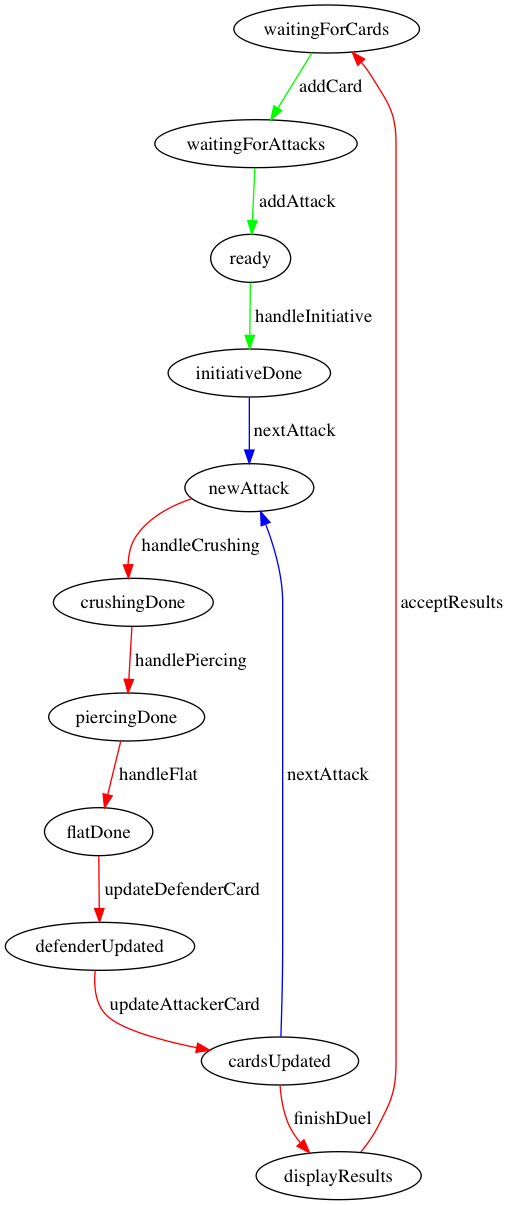
Earlier version of the Graphviz export StateMachineDiagrams/Duel.png (Bozo-Games/Squad-Duel-Server). Its source is kept beside it as StateMachineDiagrams/dotFiles/Duel.dot.
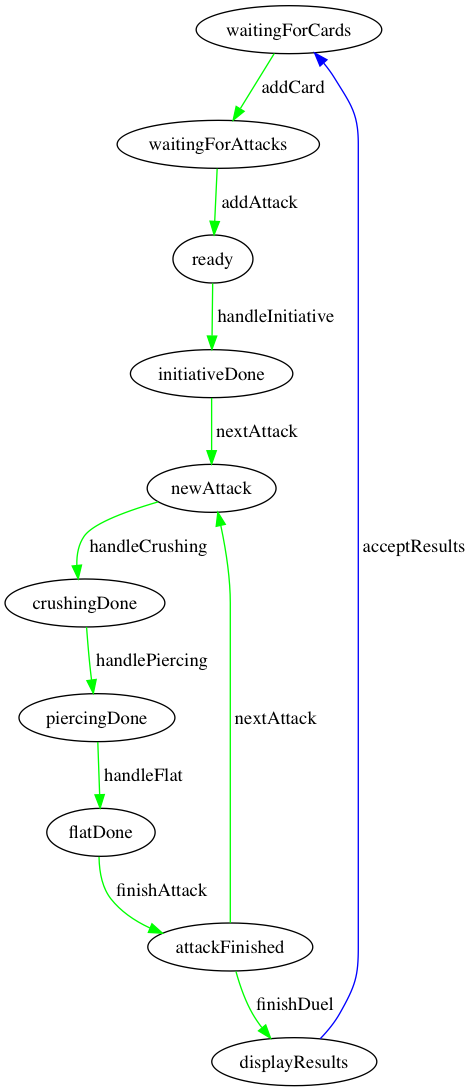
Later version of the same file.

The edit, as a diff of the source:
```diff
@@ -4,22 +4,20 @@
   "ready";
   "initiativeDone";
   "newAttack";
-  "cardsUpdated";
+  "attackFinished";
   "crushingDone";
   "piercingDone";
   "flatDone";
-  "defenderUpdated";
   "displayResults";
   "waitingForCards" -> "waitingForAttacks" [ color="green" ; label=" addCard " ];
   "waitingForAttacks" -> "ready" [ color="green" ; label=" addAttack " ];
   "ready" -> "initiativeDone" [ color="green" ; label=" handleInitiative " ];
-  "initiativeDone" -> "newAttack" [ color="blue" ; label=" nextAttack " ];
-  "cardsUpdated" -> "newAttack" [ color="blue" ; label=" nextAttack " ];
-  "newAttack" -> "crushingDone" [ color="red" ; label=" handleCrushing " ];
-  "crushingDone" -> "piercingDone" [ color="red" ; label=" handlePiercing " ];
-  "piercingDone" -> "flatDone" [ color="red" ; label=" handleFlat " ];
-  "flatDone" -> "defenderUpdated" [ color="red" ; label=" updateDefenderCard " ];
-  "defenderUpdated" -> "cardsUpdated" [ color="red" ; label=" updateAttackerCard " ];
-  "cardsUpdated" -> "displayResults" [ color="red" ; label=" finishDuel " ];
-  "displayResults" -> "waitingForCards" [ color="red" ; label=" acceptResults " ];
+  "initiativeDone" -> "newAttack" [ color="green" ; label=" nextAttack " ];
+  "attackFinished" -> "newAttack" [ color="green" ; label=" nextAttack " ];
+  "newAttack" -> "crushingDone" [ color="green" ; label=" handleCrushing " ];
+  "crushingDone" -> "piercingDone" [ color="green" ; label=" handlePiercing " ];
+  "piercingDone" -> "flatDone" [ color="green" ; label=" handleFlat " ];
+  "flatDone" -> "attackFinished" [ color="green" ; label=" finishAttack " ];
+  "attackFinished" -> "displayResults" [ color="green" ; label=" finishDuel " ];
+  "displayResults" -> "waitingForCards" [ color="blue" ; label=" acceptResults " ];
 }
```
